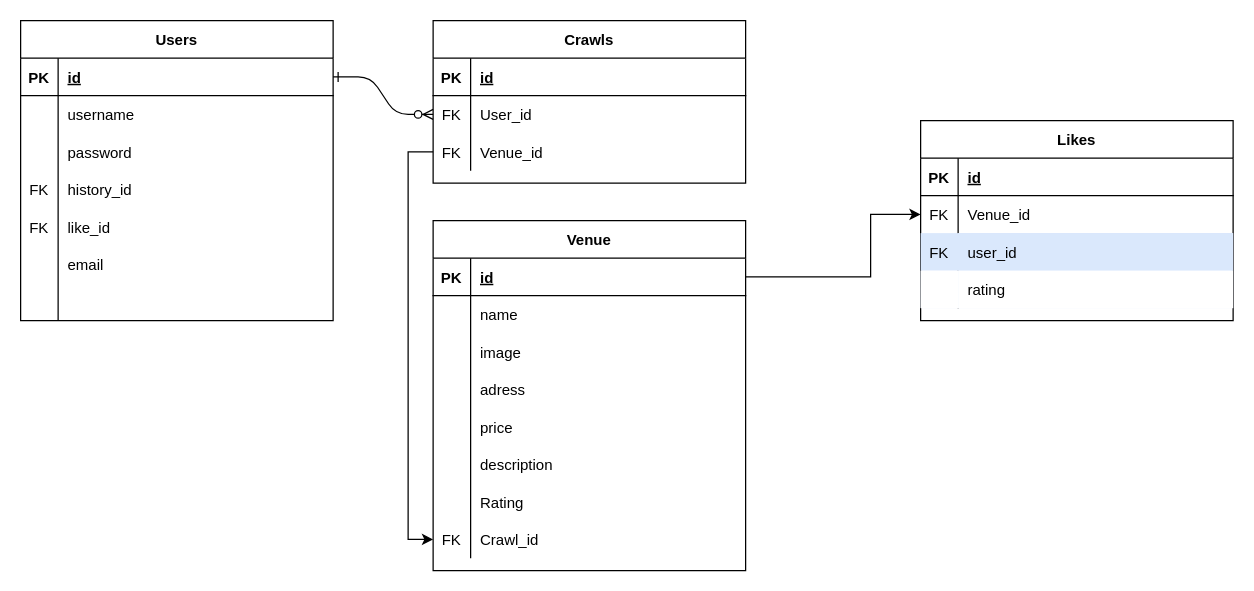
The draw.io diagram planning/Project-ERD.drawio in garrettgsb/react-express-boilerplate, before the edit. Source tidied: cells renumbered, new cells numbered last; positions are measured from the earlier drawing's top-left corner, leaving out a move shared by most shapes. Both pictures are drawn from the tidied source at 125%, with x=0, y=0 at pixel (20, 20).
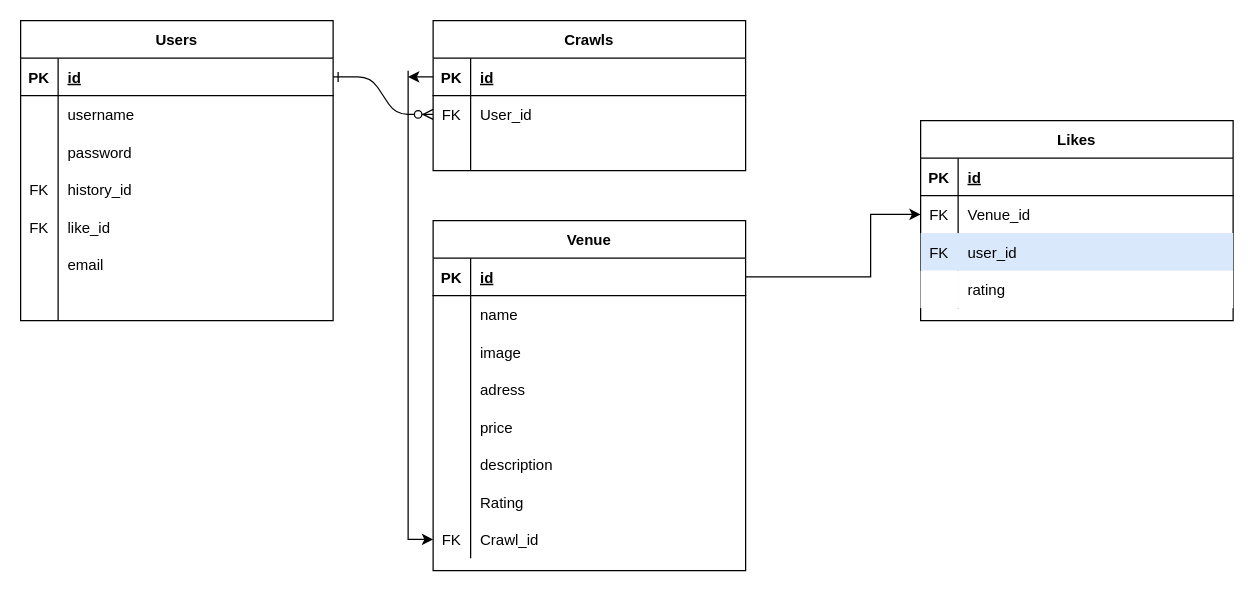
After the change.

Commit message (it also covers changes not shown here):
correct ERD

Unchanged cells that the change refers to:
```xml
<mxCell id="4" style="shape=partialRectangle;fillColor=none;points=[[0,0.5],[1,0.5]];portConstraint=eastwest;top=0;left=0;right=0;bottom=1;" parent="3" vertex="1">
  <mxGeometry y="30" width="250" height="30" as="geometry" />
</mxCell>
<mxCell id="10" style="shape=partialRectangle;fillColor=none;points=[[0,0.5],[1,0.5]];portConstraint=eastwest;top=0;left=0;right=0;bottom=0;" parent="3" vertex="1">
  <mxGeometry y="90" width="250" height="30" as="geometry" />
</mxCell>
<mxCell id="35" style="shape=partialRectangle;fillColor=none;points=[[0,0.5],[1,0.5]];portConstraint=eastwest;top=0;left=0;right=0;bottom=0;" parent="13" vertex="1">
  <mxGeometry y="240" width="250" height="30" as="geometry" />
</mxCell>
```

What changed in the source:
```diff
@@
     <mxCell id="3" value="Crawls" style="shape=table;startSize=30;childLayout=tableLayout;rowLines=0;fontStyle=1;align=center;" parent="1" vertex="1">
-      <mxGeometry x="330" width="250" height="130" as="geometry" />
+      <mxGeometry x="330" width="250" height="120" as="geometry" />
     </mxCell>
@@
+    <mxCell id="75" style="edgeStyle=none;html=1;entryX=0;entryY=0.5;entryDx=0;entryDy=0;" parent="3" edge="1" target="4">
+      <mxGeometry relative="1" as="geometry">
+        <mxPoint y="45" as="sourcePoint" />
+        <Array as="points">
+          <mxPoint y="45" />
+        </Array>
+      </mxGeometry>
+    </mxCell>
@@
-    <mxCell id="11" value="FK" style="shape=partialRectangle;overflow=hidden;fillColor=none;top=0;left=0;bottom=0;right=0;" parent="10" vertex="1">
+    <mxCell id="11" style="shape=partialRectangle;overflow=hidden;fillColor=none;top=0;left=0;bottom=0;right=0;" parent="10" vertex="1">
       <mxGeometry width="30" height="30" as="geometry" />
     </mxCell>
-    <mxCell id="12" value="Venue_id" style="shape=partialRectangle;overflow=hidden;fillColor=none;top=0;left=0;bottom=0;right=0;align=left;spacingLeft=6;" parent="10" vertex="1">
+    <mxCell id="12" style="shape=partialRectangle;overflow=hidden;fillColor=none;top=0;left=0;bottom=0;right=0;align=left;spacingLeft=6;" parent="10" vertex="1">
       <mxGeometry x="30" width="220" height="30" as="geometry" />
     </mxCell>
@@
-    <mxCell id="74" style="endArrow=classic;html=1;rounded=0;fontFamily=Helvetica;fontSize=12;fontColor=default;startSize=30;exitX=0;exitY=0.5;exitDx=0;exitDy=0;entryX=0;entryY=0.5;entryDx=0;entryDy=0;" parent="1" edge="1" source="10" target="35">
+    <mxCell id="74" style="endArrow=classic;html=1;rounded=0;fontFamily=Helvetica;fontSize=12;fontColor=default;startSize=30;entryX=0;entryY=0.5;entryDx=0;entryDy=0;" parent="1" edge="1" target="35">
       <mxGeometry relative="1" as="geometry">
+        <mxPoint x="310" y="40" as="sourcePoint" />
         <Array as="points">
           <mxPoint x="310" y="105" />
           <mxPoint x="310" y="415" />
         </Array>
       </mxGeometry>
     </mxCell>
+    <mxCell id="76" style="edgeStyle=none;html=1;exitX=0;exitY=0.5;exitDx=0;exitDy=0;" parent="1" edge="1" source="4">
+      <mxGeometry relative="1" as="geometry">
+        <mxPoint x="310" y="45" as="targetPoint" />
+      </mxGeometry>
+    </mxCell>
```
